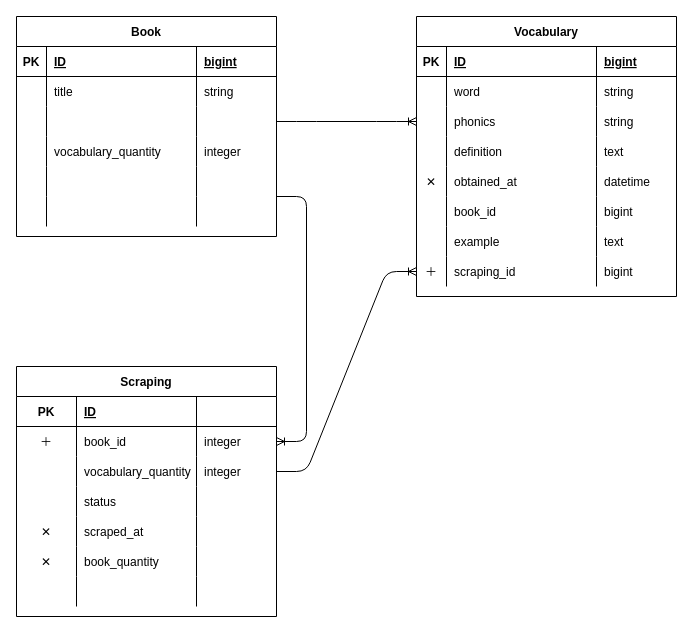
The draw.io diagram db/er/er.drawio in Kubo-yu/vocab-from-kindle, before the edit. Source tidied: cells renumbered, new cells numbered last; positions are measured from the earlier drawing's top-left corner, leaving out a move shared by most shapes. Both pictures are drawn from the tidied source at 100%, with x=0, y=0 at pixel (16, 16).
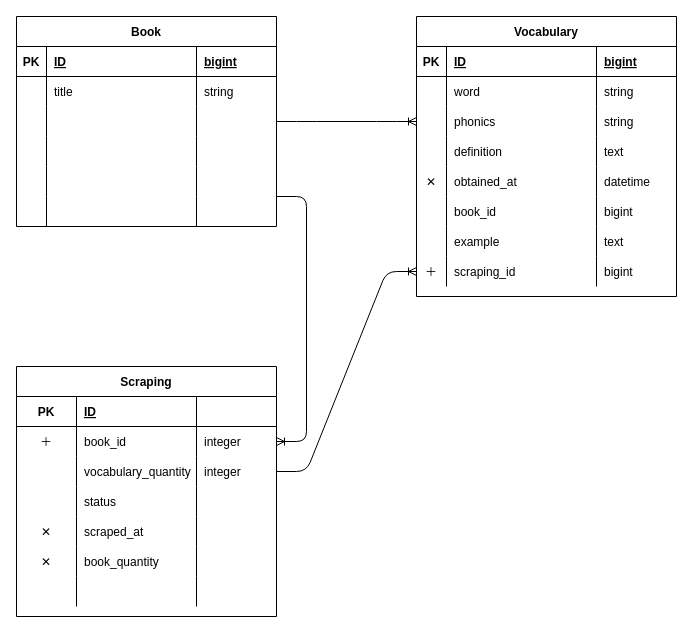
Above is the later version.

Commit message (it also covers changes not shown here):
drop vocab quantity

The change refers to these unchanged cells:
```xml
<mxCell id="15" style="shape=partialRectangle;fillColor=none;top=0;left=0;bottom=0;right=0;" parent="2" vertex="1">
  <mxGeometry y="120" width="260" height="30" as="geometry" />
</mxCell>
```

Diff of the diagram source:
```diff
@@
     <mxCell id="2" value="Book" style="shape=table;startSize=30;childLayout=tableLayout;rowLines=0;fontStyle=1;align=center;" parent="1" vertex="1">
-      <mxGeometry width="260" height="220" as="geometry" />
+      <mxGeometry width="260" height="210" as="geometry" />
     </mxCell>
@@
-    <mxCell id="17" value="vocabulary_quantity" style="shape=partialRectangle;fillColor=none;top=0;left=0;bottom=0;right=0;align=left;spacingLeft=6;overflow=hidden;" parent="15" vertex="1">
+    <mxCell id="17" style="shape=partialRectangle;fillColor=none;top=0;left=0;bottom=0;right=0;align=left;spacingLeft=6;overflow=hidden;" parent="15" vertex="1">
       <mxGeometry x="30" width="150" height="30" as="geometry" />
     </mxCell>
-    <mxCell id="18" value="integer" style="shape=partialRectangle;fillColor=none;top=0;left=0;bottom=0;right=0;align=left;spacingLeft=6;overflow=hidden;" parent="15" vertex="1">
+    <mxCell id="18" style="shape=partialRectangle;fillColor=none;top=0;left=0;bottom=0;right=0;align=left;spacingLeft=6;overflow=hidden;" parent="15" vertex="1">
       <mxGeometry x="180" width="80" height="30" as="geometry" />
     </mxCell>
```
